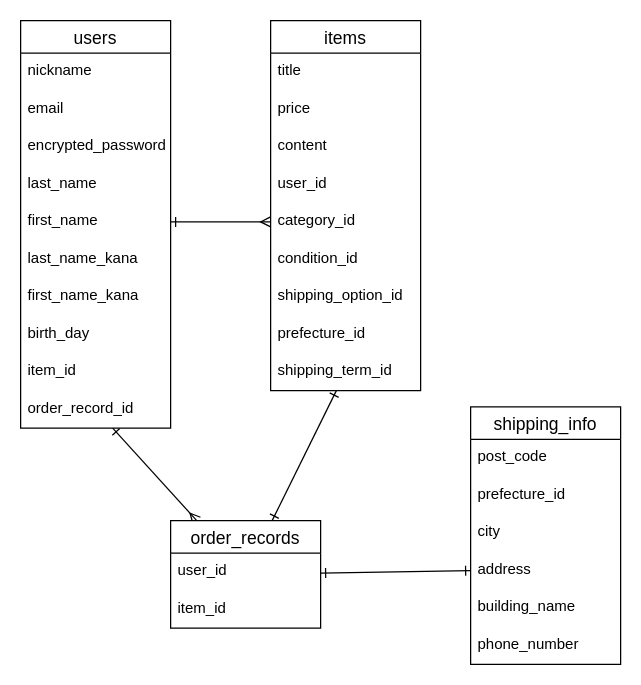
The draw.io diagram table.dio in rinjpapp/furima-38969, before the edit. Source tidied: cells renumbered, new cells numbered last; positions are measured from the earlier drawing's top-left corner, leaving out a move shared by most shapes. Both pictures are drawn from the tidied source at 125%, with x=0, y=0 at pixel (20, 20).
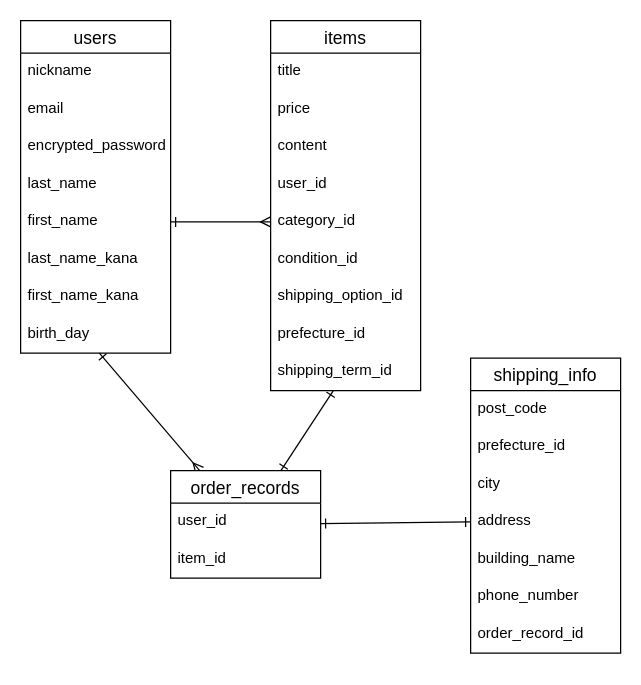
The same diagram, later.

The change refers to these unchanged cells:
```xml
<mxCell id="10" value="birth_day" style="text;strokeColor=none;fillColor=none;spacingLeft=4;spacingRight=4;overflow=hidden;points=[[0,0.5],[1,0.5]];portConstraint=eastwest;fontSize=12;" parent="2" vertex="1">
  <mxGeometry y="236" width="120" height="30" as="geometry" />
</mxCell>
```

The edit, as a diff of the source:
```diff
@@
     <mxCell id="2" value="users" style="swimlane;fontStyle=0;horizontal=1;startSize=26;align=center;fontSize=14;" parent="1" vertex="1">
-      <mxGeometry width="120" height="326" as="geometry" />
+      <mxGeometry width="120" height="266" as="geometry" />
     </mxCell>
@@
-    <mxCell id="11" value="item_id" style="text;strokeColor=none;fillColor=none;spacingLeft=4;spacingRight=4;overflow=hidden;fontSize=12;" parent="2" vertex="1">
-      <mxGeometry y="266" width="120" height="30" as="geometry" />
-    </mxCell>
-    <mxCell id="12" value="order_record_id" style="text;strokeColor=none;fillColor=none;spacingLeft=4;spacingRight=4;overflow=hidden;points=[[0,0.5],[1,0.5]];portConstraint=eastwest;fontSize=12;" parent="2" vertex="1">
-      <mxGeometry y="296" width="120" height="30" as="geometry" />
-    </mxCell>
@@
     <mxCell id="23" value="shipping_info" style="swimlane;fontStyle=0;horizontal=1;startSize=26;align=center;fontSize=14;" parent="1" vertex="1">
-      <mxGeometry x="360" y="309" width="120" height="206" as="geometry" />
+      <mxGeometry x="360" y="270" width="120" height="236" as="geometry" />
     </mxCell>
@@
+    <mxCell id="12" value="order_record_id" style="text;strokeColor=none;fillColor=none;spacingLeft=4;spacingRight=4;overflow=hidden;points=[[0,0.5],[1,0.5]];portConstraint=eastwest;fontSize=12;" parent="23" vertex="1">
+      <mxGeometry y="206" width="120" height="30" as="geometry" />
+    </mxCell>
-    <mxCell id="30" style="edgeStyle=none;html=1;endArrow=ERone;endFill=0;startArrow=ERmany;startFill=0;" parent="1" edge="1" source="33" target="12">
+    <mxCell id="30" style="edgeStyle=none;html=1;endArrow=ERone;endFill=0;startArrow=ERmany;startFill=0;entryX=0.525;entryY=1;entryDx=0;entryDy=0;entryPerimeter=0;" parent="1" edge="1" source="33" target="10">
       <mxGeometry relative="1" as="geometry" />
     </mxCell>
@@
     <mxCell id="33" value="order_records" style="swimlane;fontStyle=0;horizontal=1;startSize=26;align=center;fontSize=14;" parent="1" vertex="1">
-      <mxGeometry x="120" y="400" width="120" height="86" as="geometry" />
+      <mxGeometry x="120" y="360" width="120" height="86" as="geometry" />
     </mxCell>
```
